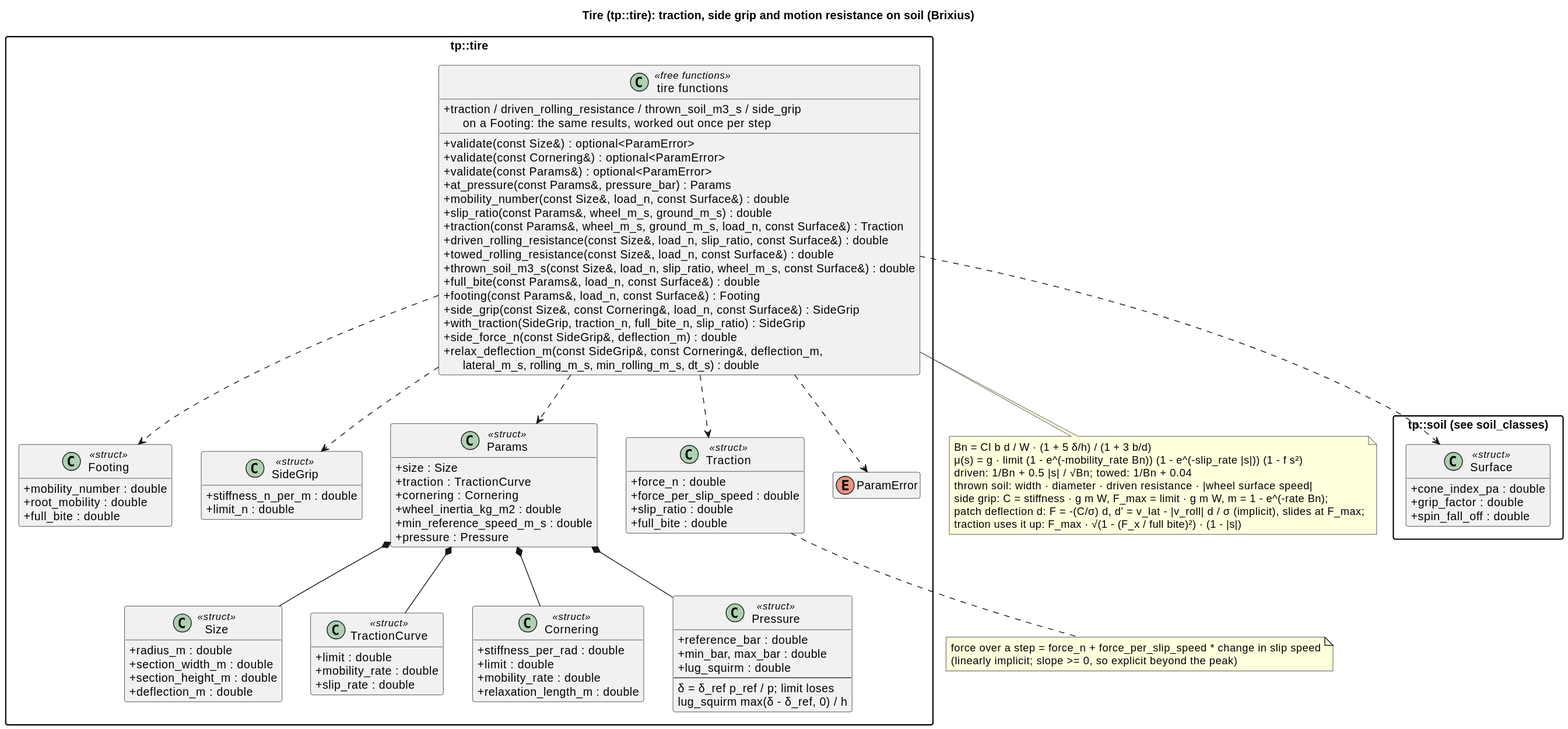
wversteeg/TractorPulling keeps this PlantUML diagram as docs/diagrams/svg/tire_classes.svg. Above is the earlier version.
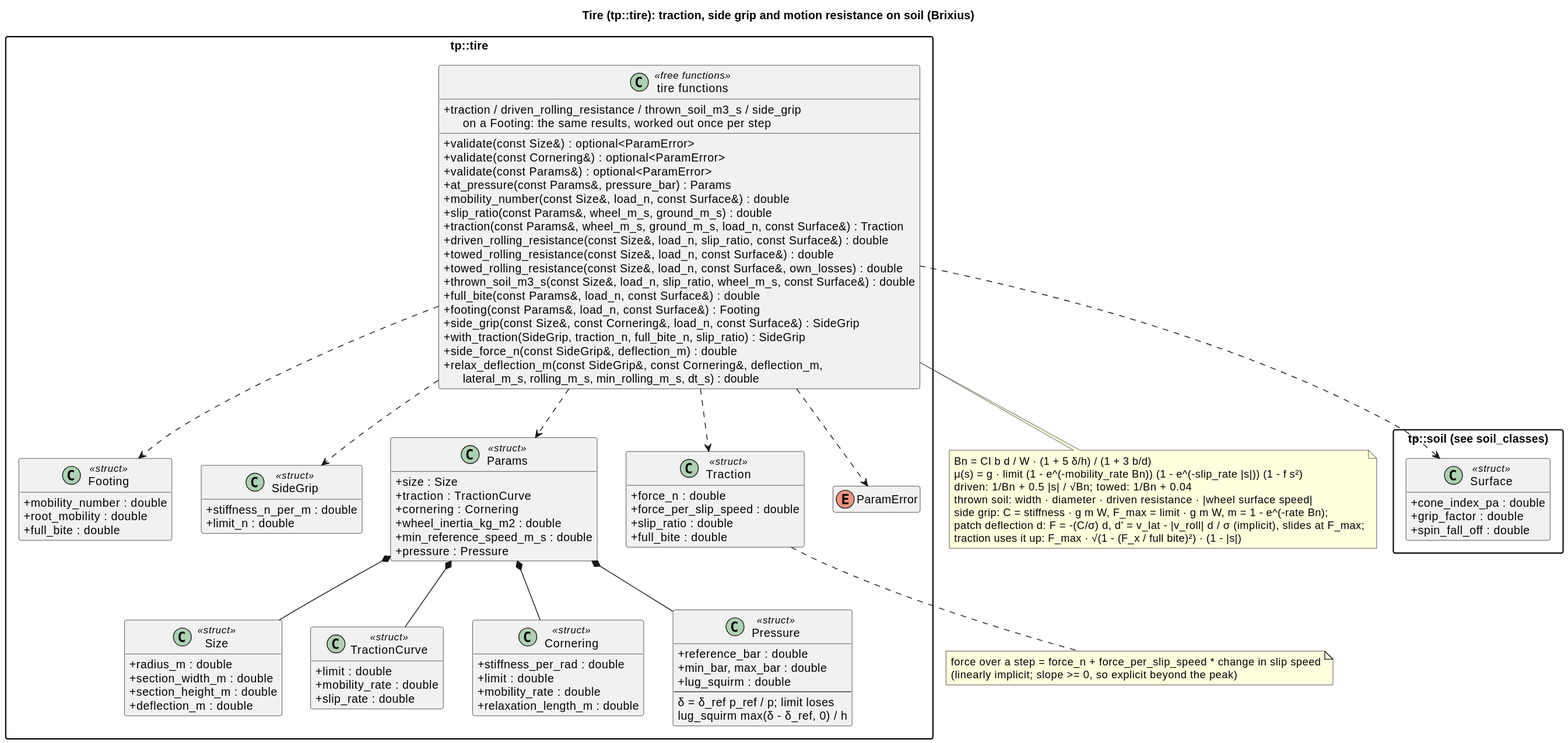
The same file after the commit.

Diff of the diagram source:
```diff
@@ -72,6 +72,7 @@
     +traction(const Params&, wheel_m_s, ground_m_s, load_n, const Surface&) : Traction
     +driven_rolling_resistance(const Size&, load_n, slip_ratio, const Surface&) : double
     +towed_rolling_resistance(const Size&, load_n, const Surface&) : double
+    +towed_rolling_resistance(const Size&, load_n, const Surface&, own_losses) : double
     +thrown_soil_m3_s(const Size&, load_n, slip_ratio, wheel_m_s, const Surface&) : double
     +full_bite(const Params&, load_n, const Surface&) : double
     +footing(const Params&, load_n, const Surface&) : Footing
```
